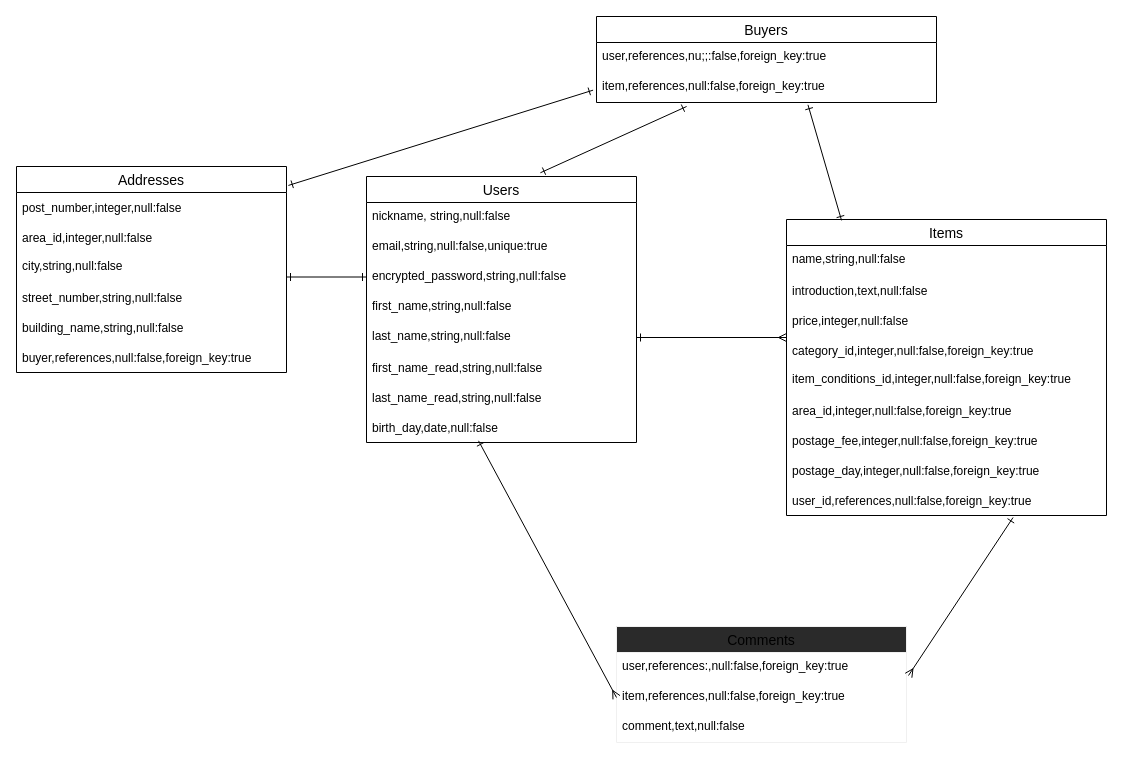
KojiDB/furima-37163 keeps this draw.io diagram as ER.dio. Above is the earlier version. Source tidied: cells renumbered, new cells numbered last; positions are measured from the earlier drawing's top-left corner, leaving out a move shared by most shapes. Both pictures are drawn from the tidied source at 100%, with x=0, y=0 at pixel (16, 16).
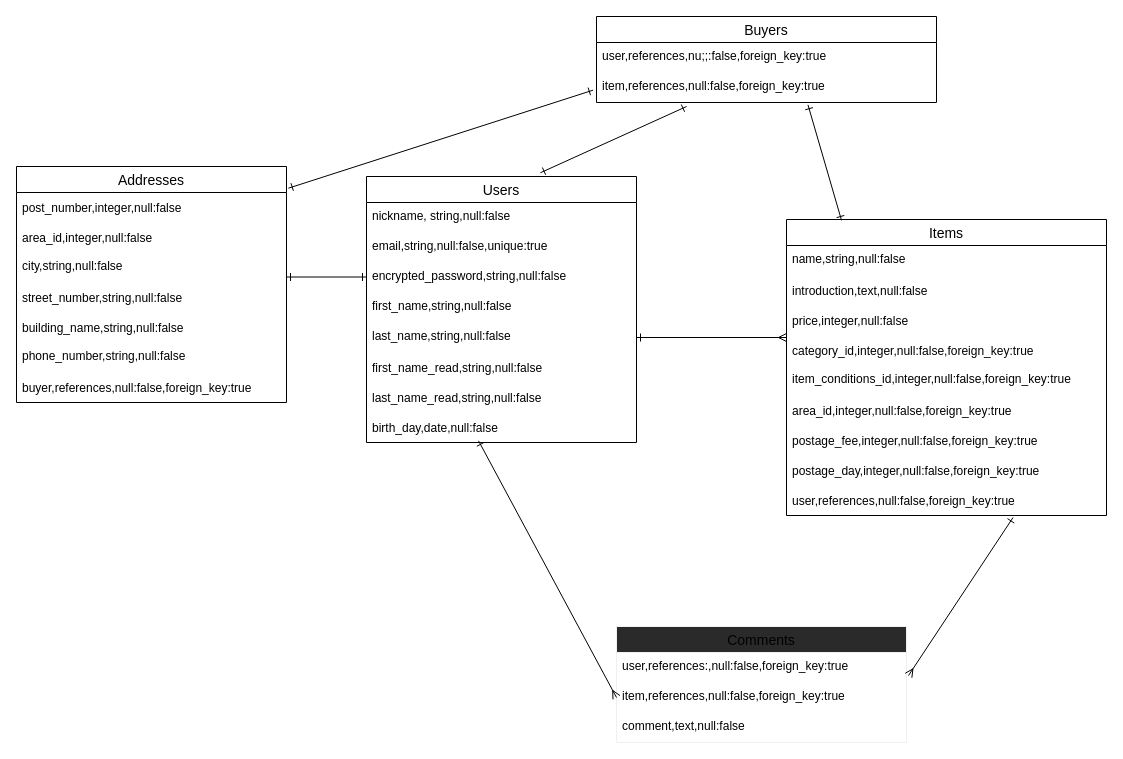
The same diagram, later.

Unchanged cells that the change refers to:
```xml
<mxCell id="12" value="Items" style="swimlane;fontStyle=0;horizontal=1;startSize=26;align=center;fontSize=14;" parent="1" vertex="1">
  <mxGeometry x="770" y="203" width="320" height="296" as="geometry" />
</mxCell>
```

Change to the diagram source:
```diff
@@
-    <mxCell id="21" value="user_id,references,null:false,foreign_key:true" style="text;strokeColor=none;fillColor=none;spacingLeft=4;spacingRight=4;overflow=hidden;points=[[0,0.5],[1,0.5]];portConstraint=eastwest;fontSize=12;align=left;verticalAlign=middle;" parent="12" vertex="1">
+    <mxCell id="21" value="user,references,null:false,foreign_key:true" style="text;strokeColor=none;fillColor=none;spacingLeft=4;spacingRight=4;overflow=hidden;points=[[0,0.5],[1,0.5]];portConstraint=eastwest;fontSize=12;align=left;verticalAlign=middle;" parent="12" vertex="1">
       <mxGeometry y="266" width="320" height="30" as="geometry" />
     </mxCell>
     <mxCell id="22" value="Addresses" style="swimlane;fontStyle=0;horizontal=1;startSize=26;align=center;fontSize=14;" parent="1" vertex="1">
-      <mxGeometry y="150" width="270" height="206" as="geometry" />
+      <mxGeometry y="150" width="270" height="236" as="geometry" />
     </mxCell>
@@
+    <mxCell id="42" value="phone_number,string,null:false" style="text;strokeColor=none;fillColor=none;spacingLeft=4;spacingRight=4;overflow=hidden;fontSize=12;" parent="22" vertex="1">
+      <mxGeometry y="176" width="270" height="30" as="geometry" />
+    </mxCell>
     <mxCell id="28" value="buyer,references,null:false,foreign_key:true" style="text;strokeColor=none;fillColor=none;spacingLeft=4;spacingRight=4;overflow=hidden;fontSize=12;align=left;verticalAlign=middle;" parent="22" vertex="1">
-      <mxGeometry y="176" width="270" height="30" as="geometry" />
+      <mxGeometry y="206" width="270" height="30" as="geometry" />
     </mxCell>
```
